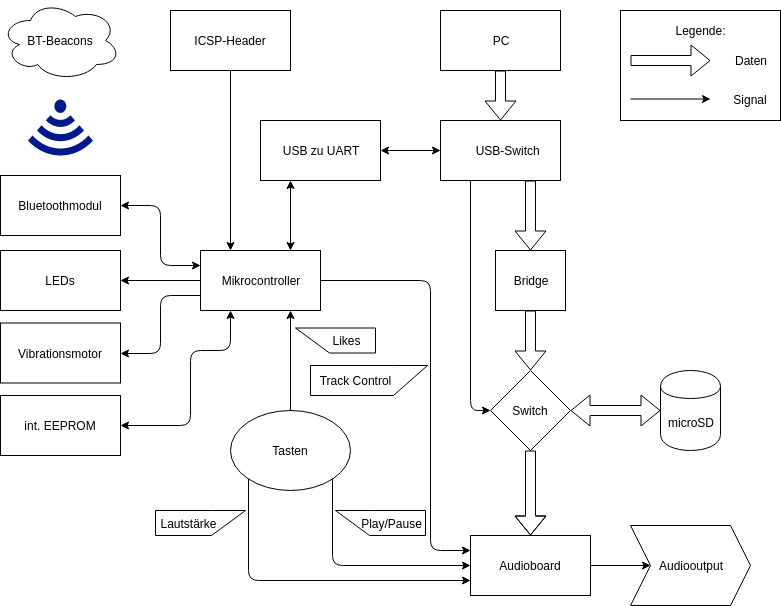
This is Bilder/p4_flowchart.png from mphschwarz/pro4E_TechnPflichtenheft, a draw.io export, as it was before one commit. Source tidied: cells renumbered, new cells last; positions are measured from the earlier drawing's top-left corner, leaving out a move shared by most shapes.
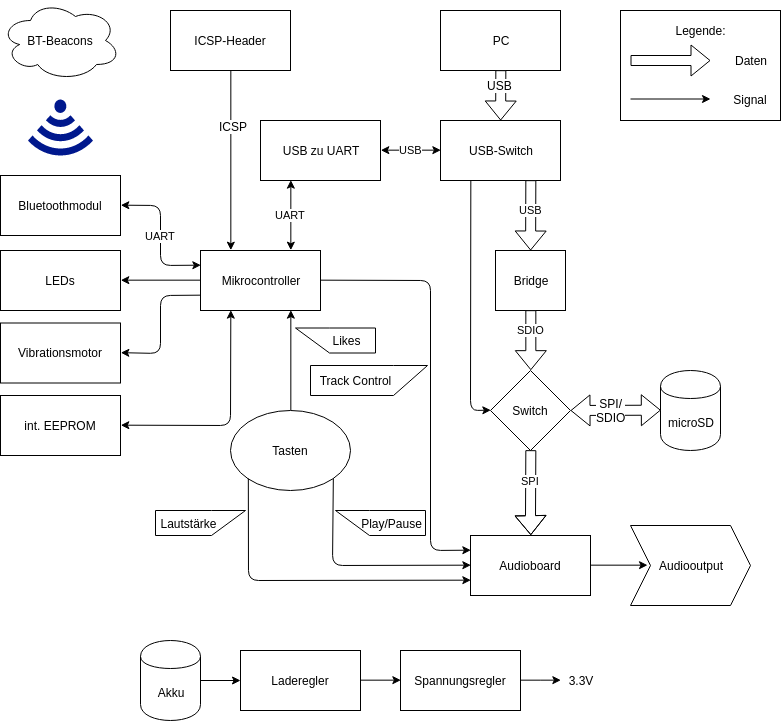
Later version of the same file.

Commit message:
Beschriftungen im Schema

Diff of the diagram source:
```diff
@@ -8,7 +8,7 @@
     <mxCell id="3" value="Switch" style="rhombus;whiteSpace=wrap;html=1;" parent="1" vertex="1">
       <mxGeometry x="490" y="370" width="80" height="80" as="geometry" />
     </mxCell>
-    <mxCell id="4" value="USB-Hub" style="rounded=0;whiteSpace=wrap;html=1;" parent="1" vertex="1">
+    <mxCell id="4" value="USB-Switch" style="rounded=0;whiteSpace=wrap;html=1;" parent="1" vertex="1">
       <mxGeometry x="440" y="120" width="120" height="60" as="geometry" />
     </mxCell>
     <mxCell id="5" value="microSD" style="shape=cylinder;whiteSpace=wrap;html=1;boundedLbl=1;" parent="1" vertex="1">
@@ -26,11 +26,17 @@
         <mxPoint x="570" y="410" as="sourcePoint" />
       </mxGeometry>
     </mxCell>
+    <mxCell id="47" value="SPI/&lt;br&gt;SDIO&lt;br&gt;" style="text;html=1;align=center;verticalAlign=middle;labelBackgroundColor=#ffffff;" parent="7" vertex="1">
+      <mxGeometry x="0.19" y="-3" relative="1" as="geometry">
+        <mxPoint x="-13.5" y="-3" as="offset" />
+      </mxGeometry>
+    </mxCell>
-    <mxCell id="8" style="shape=flexArrow;endArrow=classic;html=1;fillColor=#ffffff;exitX=0.5;exitY=1;entryX=0.5;entryY=0;" parent="1" edge="1" source="3" target="33">
-      <mxGeometry relative="1" as="geometry">
+    <mxCell id="8" value="SPI" style="shape=flexArrow;endArrow=classic;html=1;fillColor=#ffffff;exitX=0.5;exitY=1;entryX=0.5;entryY=0;" parent="1" edge="1" source="3" target="33">
+      <mxGeometry x="0.53" y="-35" relative="1" as="geometry">
         <Array as="points">
           <mxPoint x="530" y="515" />
         </Array>
+        <mxPoint x="35" y="-35" as="offset" />
       </mxGeometry>
     </mxCell>
     <mxCell id="9" value="Tasten" style="ellipse;whiteSpace=wrap;html=1;" parent="1" vertex="1">
@@ -63,6 +69,9 @@
     <mxCell id="18" style="shape=flexArrow;endArrow=classic;html=1;fillColor=#ffffff;exitX=0.5;exitY=1;" parent="1" edge="1" source="17" target="4">
       <mxGeometry relative="1" as="geometry" />
     </mxCell>
+    <mxCell id="48" value="USB" style="text;html=1;align=center;verticalAlign=middle;labelBackgroundColor=#ffffff;" parent="18" vertex="1">
+      <mxGeometry x="-0.4" y="-1" relative="1" as="geometry" />
+    </mxCell>
     <mxCell id="19" value="LEDs" style="rounded=0;whiteSpace=wrap;html=1;" parent="1" vertex="1">
       <mxGeometry y="250" width="120" height="60" as="geometry" />
     </mxCell>
@@ -86,6 +95,9 @@
     <mxCell id="24" style="endArrow=classic;html=1;exitX=0.5;exitY=1;entryX=0.25;entryY=0;" parent="1" edge="1" source="23" target="10">
       <mxGeometry relative="1" as="geometry" />
     </mxCell>
+    <mxCell id="49" value="ICSP" style="text;html=1;align=center;verticalAlign=middle;labelBackgroundColor=#ffffff;" parent="24" vertex="1">
+      <mxGeometry x="-0.38" y="2" relative="1" as="geometry" />
+    </mxCell>
     <mxCell id="25" value="BT-Beacons" style="ellipse;shape=cloud;whiteSpace=wrap;html=1;" parent="1" vertex="1">
       <mxGeometry width="120" height="80" as="geometry" />
     </mxCell>
@@ -95,13 +107,13 @@
     <mxCell id="27" value="Bridge&lt;br&gt;" style="rounded=0;whiteSpace=wrap;html=1;" parent="1" vertex="1">
       <mxGeometry x="495" y="250" width="70" height="60" as="geometry" />
     </mxCell>
-    <mxCell id="28" style="shape=flexArrow;endArrow=classic;html=1;fillColor=#ffffff;exitX=0.75;exitY=1;" parent="1" edge="1" source="4" target="27">
-      <mxGeometry relative="1" as="geometry" />
+    <mxCell id="28" value="USB" style="shape=flexArrow;endArrow=classic;html=1;fillColor=#ffffff;exitX=0.75;exitY=1;" parent="1" edge="1" source="4" target="27">
+      <mxGeometry x="-0.14" relative="1" as="geometry" />
     </mxCell>
-    <mxCell id="29" style="shape=flexArrow;endArrow=classic;html=1;fillColor=#ffffff;exitX=0.5;exitY=1;entryX=0.5;entryY=0;" parent="1" edge="1" source="27" target="3">
-      <mxGeometry relative="1" as="geometry" />
+    <mxCell id="29" value="SDIO" style="shape=flexArrow;endArrow=classic;html=1;fillColor=#ffffff;exitX=0.5;exitY=1;entryX=0.5;entryY=0;" parent="1" edge="1" source="27" target="3">
+      <mxGeometry x="-0.33" relative="1" as="geometry" />
     </mxCell>
-    <mxCell id="30" style="endArrow=classic;startArrow=classic;html=1;exitX=1;exitY=0.5;entryX=0;entryY=0.25;" parent="1" edge="1" source="16" target="10">
+    <mxCell id="30" value="UART" style="endArrow=classic;startArrow=classic;html=1;exitX=1;exitY=0.5;entryX=0;entryY=0.25;" parent="1" edge="1" source="16" target="10">
       <mxGeometry relative="1" as="geometry">
         <Array as="points">
           <mxPoint x="160" y="205" />
@@ -112,9 +124,7 @@
     <mxCell id="31" style="endArrow=classic;startArrow=classic;html=1;exitX=1;exitY=0.5;entryX=0.25;entryY=1;" parent="1" edge="1" source="26" target="10">
       <mxGeometry relative="1" as="geometry">
         <Array as="points">
-          <mxPoint x="190" y="425" />
-          <mxPoint x="190" y="350" />
-          <mxPoint x="230" y="350" />
+          <mxPoint x="230" y="425" />
         </Array>
       </mxGeometry>
     </mxCell>
@@ -176,11 +186,32 @@
     <mxCell id="44" value="USB zu UART" style="rounded=0;whiteSpace=wrap;html=1;" parent="1" vertex="1">
       <mxGeometry x="260" y="120" width="120" height="60" as="geometry" />
     </mxCell>
-    <mxCell id="45" style="endArrow=classic;startArrow=classic;html=1;exitX=0;exitY=0.5;entryX=1;entryY=0.5;" parent="1" edge="1" source="4" target="44">
+    <mxCell id="45" value="USB" style="endArrow=classic;startArrow=classic;html=1;exitX=0;exitY=0.5;entryX=1;entryY=0.5;" parent="1" edge="1" source="4" target="44">
       <mxGeometry relative="1" as="geometry" />
     </mxCell>
-    <mxCell id="46" style="endArrow=classic;startArrow=classic;html=1;exitX=0.75;exitY=0;entryX=0.25;entryY=1;" parent="1" edge="1" source="10" target="44">
+    <mxCell id="46" value="UART" style="endArrow=classic;startArrow=classic;html=1;exitX=0.75;exitY=0;entryX=0.25;entryY=1;" parent="1" edge="1" source="10" target="44">
       <mxGeometry relative="1" as="geometry" />
     </mxCell>
+    <mxCell id="50" style="edgeStyle=orthogonalEdgeStyle;rounded=0;html=1;jettySize=auto;" parent="1" edge="1" source="51" target="53">
+      <mxGeometry relative="1" as="geometry" />
+    </mxCell>
+    <mxCell id="51" value="Akku&lt;br&gt;" style="shape=cylinder;whiteSpace=wrap;html=1;boundedLbl=1;rotation=0;" parent="1" vertex="1">
+      <mxGeometry x="140" y="640" width="60" height="80" as="geometry" />
+    </mxCell>
+    <mxCell id="52" style="edgeStyle=orthogonalEdgeStyle;rounded=0;html=1;exitX=1;exitY=0.5;entryX=0;entryY=0.5;jettySize=auto;" parent="1" edge="1" source="53" target="55">
+      <mxGeometry relative="1" as="geometry" />
+    </mxCell>
+    <mxCell id="53" value="Laderegler" style="rounded=0;whiteSpace=wrap;html=1;" parent="1" vertex="1">
+      <mxGeometry x="240" y="650" width="120" height="60" as="geometry" />
+    </mxCell>
+    <mxCell id="54" style="edgeStyle=orthogonalEdgeStyle;rounded=0;html=1;entryX=0;entryY=0.5;jettySize=auto;" parent="1" edge="1" source="55" target="56">
+      <mxGeometry relative="1" as="geometry" />
+    </mxCell>
+    <mxCell id="55" value="Spannungsregler" style="rounded=0;whiteSpace=wrap;html=1;" parent="1" vertex="1">
+      <mxGeometry x="400" y="650" width="120" height="60" as="geometry" />
+    </mxCell>
+    <mxCell id="56" value="3.3V" style="text;html=1;strokeColor=none;fillColor=none;align=center;verticalAlign=middle;whiteSpace=wrap;rounded=0;" parent="1" vertex="1">
+      <mxGeometry x="560" y="670" width="40" height="20" as="geometry" />
+    </mxCell>
   </root>
 </mxGraphModel>
```
